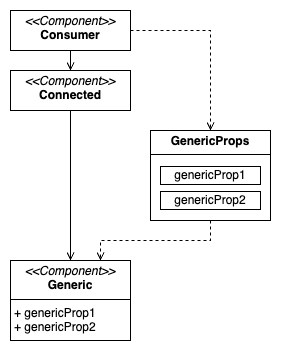
Before: public/images/articles/react-generic-hoc-pattern/generic-reused-component-consumer-props.png, a diagram exported from draw.io (jonathanconway/conwy). Source tidied: cells renumbered, new cells last; positions are measured from the earlier drawing's top-left corner, leaving out a move shared by most shapes.
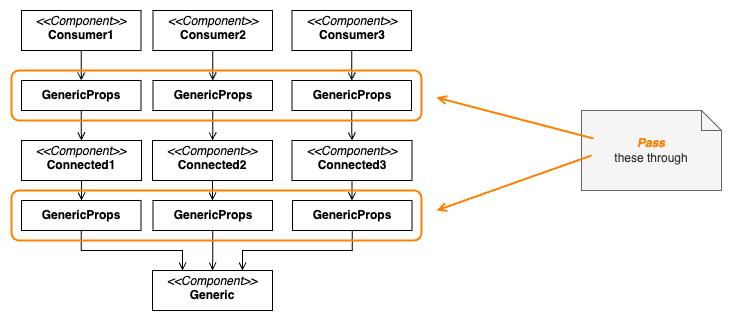
Above is the later version.

Commit message:
content(articles/react-generic-hoc-pattern): clarify intro diagrams and wording

What changed in the source:
```diff
@@ -2,35 +2,111 @@
   <root>
     <mxCell id="0" />
     <mxCell id="1" parent="0" />
-    <mxCell id="2" value="&lt;p style=&quot;margin:0px;margin-top:4px;text-align:center;&quot;&gt;&lt;i&gt;&amp;lt;&amp;lt;Component&amp;gt;&amp;gt;&lt;/i&gt;&lt;br&gt;&lt;b&gt;Connected&lt;/b&gt;&lt;/p&gt;" style="verticalAlign=top;align=left;overflow=fill;html=1;whiteSpace=wrap;" parent="1" vertex="1">
-      <mxGeometry y="60" width="120" height="40" as="geometry" />
+    <mxCell id="2" value="&lt;p style=&quot;margin:0px;margin-top:4px;text-align:center;&quot;&gt;&lt;i&gt;&amp;lt;&amp;lt;Component&amp;gt;&amp;gt;&lt;/i&gt;&lt;br&gt;&lt;b&gt;Generic&lt;/b&gt;&lt;/p&gt;" style="verticalAlign=top;align=left;overflow=fill;html=1;whiteSpace=wrap;" parent="1" vertex="1">
+      <mxGeometry x="1331" y="251" width="120" height="40" as="geometry" />
     </mxCell>
-    <mxCell id="3" style="edgeStyle=orthogonalEdgeStyle;rounded=0;jettySize=auto;html=1;endArrow=open;endFill=0;" parent="1" edge="1" source="2" target="7">
-      <mxGeometry relative="1" as="geometry" />
+    <mxCell id="3" value="&lt;p style=&quot;margin:0px;margin-top:4px;text-align:center;&quot;&gt;&lt;i&gt;&amp;lt;&amp;lt;Component&amp;gt;&amp;gt;&lt;/i&gt;&lt;br&gt;&lt;b&gt;Connected1&lt;/b&gt;&lt;/p&gt;" style="verticalAlign=top;align=left;overflow=fill;html=1;whiteSpace=wrap;" parent="1" vertex="1">
+      <mxGeometry x="1200" y="121" width="120" height="40" as="geometry" />
     </mxCell>
-    <mxCell id="4" value="&lt;p style=&quot;margin: 4px 0px 0px; text-align: center;&quot;&gt;&lt;b style=&quot;&quot;&gt;GenericProps&lt;/b&gt;&lt;/p&gt;&lt;hr size=&quot;1&quot; style=&quot;border-style:solid;&quot;&gt;&lt;p style=&quot;margin:0px;margin-left:8px;&quot;&gt;&lt;br&gt;&lt;/p&gt;" style="verticalAlign=top;align=left;overflow=fill;html=1;whiteSpace=wrap;spacingTop=0;" parent="1" vertex="1">
-      <mxGeometry x="140" y="120" width="120" height="90" as="geometry" />
+    <mxCell id="4" value="&lt;p style=&quot;margin:0px;margin-top:4px;text-align:center;&quot;&gt;&lt;i&gt;&amp;lt;&amp;lt;Component&amp;gt;&amp;gt;&lt;/i&gt;&lt;br&gt;&lt;b&gt;Connected2&lt;/b&gt;&lt;/p&gt;" style="verticalAlign=top;align=left;overflow=fill;html=1;whiteSpace=wrap;" parent="1" vertex="1">
+      <mxGeometry x="1331" y="121" width="120" height="40" as="geometry" />
     </mxCell>
-    <mxCell id="5" value="&lt;span style=&quot;text-align: left;&quot;&gt;genericProp1&lt;/span&gt;" style="html=1;whiteSpace=wrap;" parent="1" vertex="1">
-      <mxGeometry x="150" y="156" width="100" height="18" as="geometry" />
+    <mxCell id="5" value="&lt;p style=&quot;margin:0px;margin-top:4px;text-align:center;&quot;&gt;&lt;i&gt;&amp;lt;&amp;lt;Component&amp;gt;&amp;gt;&lt;/i&gt;&lt;br&gt;&lt;b&gt;Connected&lt;/b&gt;&lt;b&gt;3&lt;/b&gt;&lt;/p&gt;" style="verticalAlign=top;align=left;overflow=fill;html=1;whiteSpace=wrap;" parent="1" vertex="1">
+      <mxGeometry x="1470.5" y="121" width="120" height="40" as="geometry" />
     </mxCell>
-    <mxCell id="6" value="&lt;span style=&quot;text-align: left;&quot;&gt;genericProp2&lt;/span&gt;" style="html=1;whiteSpace=wrap;" parent="1" vertex="1">
-      <mxGeometry x="150" y="181" width="100" height="18" as="geometry" />
+    <mxCell id="6" style="edgeStyle=orthogonalEdgeStyle;rounded=0;jettySize=auto;html=1;exitX=0.5;exitY=1;exitDx=0;exitDy=0;endArrow=open;endFill=0;" parent="1" edge="1" source="13" target="5">
+      <mxGeometry relative="1" as="geometry" />
     </mxCell>
-    <mxCell id="7" value="&lt;p style=&quot;margin:0px;margin-top:4px;text-align:center;&quot;&gt;&lt;i&gt;&amp;lt;&amp;lt;Component&amp;gt;&amp;gt;&lt;/i&gt;&lt;br&gt;&lt;b&gt;Generic&lt;/b&gt;&lt;/p&gt;&lt;hr size=&quot;1&quot; style=&quot;border-style:solid;&quot;&gt;&lt;p style=&quot;margin:0px;margin-left:4px;&quot;&gt;+ genericProp1&lt;br&gt;+ genericProp2&lt;/p&gt;" style="verticalAlign=top;align=left;overflow=fill;html=1;whiteSpace=wrap;" parent="1" vertex="1">
-      <mxGeometry y="250" width="120" height="80" as="geometry" />
+    <mxCell id="7" value="&lt;p style=&quot;margin:0px;margin-top:4px;text-align:center;&quot;&gt;&lt;i&gt;&amp;lt;&amp;lt;Component&amp;gt;&amp;gt;&lt;/i&gt;&lt;br&gt;&lt;b&gt;Consumer&lt;/b&gt;&lt;b&gt;3&lt;/b&gt;&lt;/p&gt;" style="verticalAlign=top;align=left;overflow=fill;html=1;whiteSpace=wrap;" parent="1" vertex="1">
+      <mxGeometry x="1470.5" y="-9" width="119.5" height="40" as="geometry" />
     </mxCell>
-    <mxCell id="8" value="&lt;p style=&quot;margin:0px;margin-top:4px;text-align:center;&quot;&gt;&lt;i&gt;&amp;lt;&amp;lt;Component&amp;gt;&amp;gt;&lt;/i&gt;&lt;br&gt;&lt;b&gt;Consumer&lt;/b&gt;&lt;/p&gt;" style="verticalAlign=top;align=left;overflow=fill;html=1;whiteSpace=wrap;" parent="1" vertex="1">
-      <mxGeometry width="120" height="40" as="geometry" />
+    <mxCell id="8" style="edgeStyle=orthogonalEdgeStyle;rounded=0;jettySize=auto;html=1;endArrow=open;endFill=0;entryX=0.5;entryY=0;entryDx=0;entryDy=0;" parent="1" edge="1" source="15" target="14">
+      <mxGeometry relative="1" as="geometry" />
     </mxCell>
-    <mxCell id="9" style="edgeStyle=orthogonalEdgeStyle;rounded=0;jettySize=auto;html=1;endArrow=open;endFill=0;" parent="1" edge="1" source="8" target="2">
+    <mxCell id="9" style="edgeStyle=orthogonalEdgeStyle;rounded=0;jettySize=auto;html=1;endArrow=open;endFill=0;" parent="1" edge="1" source="16" target="17">
       <mxGeometry relative="1" as="geometry" />
     </mxCell>
-    <mxCell id="10" style="edgeStyle=orthogonalEdgeStyle;rounded=0;jettySize=auto;html=1;endArrow=open;endFill=0;entryX=0.5;entryY=0;entryDx=0;entryDy=0;exitX=1;exitY=0.5;exitDx=0;exitDy=0;dashed=1;" parent="1" edge="1" source="8" target="4">
-      <mxGeometry relative="1" as="geometry" />
+    <mxCell id="10" value="&lt;b&gt;&lt;i&gt;&lt;font&gt;&lt;font style=&quot;color: rgb(255, 128, 0);&quot;&gt;Pass&lt;/font&gt;&lt;br&gt;&lt;/font&gt;&lt;/i&gt;&lt;/b&gt;these through" style="shape=note;strokeWidth=1;fontSize=12;size=20;whiteSpace=wrap;html=1;fillColor=#f5f5f5;strokeColor=#666666;fontColor=#333333;" parent="1" vertex="1">
+      <mxGeometry x="1760" y="91" width="140" height="80" as="geometry" />
     </mxCell>
-    <mxCell id="11" style="edgeStyle=orthogonalEdgeStyle;rounded=0;jettySize=auto;html=1;endArrow=open;endFill=0;entryX=0.75;entryY=0;entryDx=0;entryDy=0;exitX=0.5;exitY=1;exitDx=0;exitDy=0;dashed=1;" parent="1" edge="1" source="4" target="7">
-      <mxGeometry relative="1" as="geometry" />
+    <mxCell id="11" style="endArrow=open;html=1;rounded=0;strokeWidth=2;endFill=0;strokeColor=#FF8000;" parent="1" edge="1">
+      <mxGeometry relative="1" as="geometry">
+        <mxPoint x="1772" y="119" as="sourcePoint" />
+        <mxPoint x="1615" y="78" as="targetPoint" />
+      </mxGeometry>
     </mxCell>
+    <mxCell id="12" style="edgeStyle=orthogonalEdgeStyle;rounded=0;jettySize=auto;html=1;exitX=0.5;exitY=1;exitDx=0;exitDy=0;endArrow=open;endFill=0;" parent="1" edge="1" source="7" target="13">
+      <mxGeometry relative="1" as="geometry" />
+    </mxCell>
+    <mxCell id="13" value="&lt;span style=&quot;text-align: left;&quot;&gt;&lt;b&gt;GenericProps&lt;/b&gt;&lt;/span&gt;" style="html=1;whiteSpace=wrap;" parent="1" vertex="1">
+      <mxGeometry x="1470.5" y="61" width="119.5" height="30" as="geometry" />
+    </mxCell>
+    <mxCell id="14" value="&lt;span style=&quot;text-align: left;&quot;&gt;&lt;b&gt;GenericProps&lt;/b&gt;&lt;/span&gt;" style="html=1;whiteSpace=wrap;" parent="1" vertex="1">
+      <mxGeometry x="1331.5" y="61" width="119.5" height="30" as="geometry" />
+    </mxCell>
+    <mxCell id="15" value="&lt;p style=&quot;margin:0px;margin-top:4px;text-align:center;&quot;&gt;&lt;i&gt;&amp;lt;&amp;lt;Component&amp;gt;&amp;gt;&lt;/i&gt;&lt;br&gt;&lt;b&gt;Consumer&lt;/b&gt;&lt;b&gt;2&lt;/b&gt;&lt;/p&gt;" style="verticalAlign=top;align=left;overflow=fill;html=1;whiteSpace=wrap;" parent="1" vertex="1">
+      <mxGeometry x="1331.5" y="-9" width="119.5" height="40" as="geometry" />
+    </mxCell>
+    <mxCell id="16" value="&lt;p style=&quot;margin:0px;margin-top:4px;text-align:center;&quot;&gt;&lt;i&gt;&amp;lt;&amp;lt;Component&amp;gt;&amp;gt;&lt;/i&gt;&lt;br&gt;&lt;b&gt;Consumer&lt;/b&gt;&lt;b&gt;1&lt;/b&gt;&lt;/p&gt;" style="verticalAlign=top;align=left;overflow=fill;html=1;whiteSpace=wrap;" parent="1" vertex="1">
+      <mxGeometry x="1200" y="-9" width="119.5" height="40" as="geometry" />
+    </mxCell>
+    <mxCell id="17" value="&lt;span style=&quot;text-align: left;&quot;&gt;&lt;b&gt;GenericProps&lt;/b&gt;&lt;/span&gt;" style="html=1;whiteSpace=wrap;" parent="1" vertex="1">
+      <mxGeometry x="1200" y="61" width="119.5" height="30" as="geometry" />
+    </mxCell>
+    <mxCell id="18" style="edgeStyle=orthogonalEdgeStyle;rounded=0;jettySize=auto;html=1;endArrow=open;endFill=0;entryX=0.5;entryY=0;entryDx=0;entryDy=0;" parent="1" edge="1" source="17" target="3">
+      <mxGeometry relative="1" as="geometry" />
+    </mxCell>
+    <mxCell id="19" style="edgeStyle=orthogonalEdgeStyle;rounded=0;jettySize=auto;html=1;endArrow=open;endFill=0;" parent="1" edge="1" source="14" target="4">
+      <mxGeometry relative="1" as="geometry" />
+    </mxCell>
+    <mxCell id="20" value="&lt;span style=&quot;text-align: left;&quot;&gt;&lt;b&gt;GenericProps&lt;/b&gt;&lt;/span&gt;" style="html=1;whiteSpace=wrap;" parent="1" vertex="1">
+      <mxGeometry x="1200" y="181" width="119.5" height="30" as="geometry" />
+    </mxCell>
+    <mxCell id="21" value="&lt;span style=&quot;text-align: left;&quot;&gt;&lt;b&gt;GenericProps&lt;/b&gt;&lt;/span&gt;" style="html=1;whiteSpace=wrap;" parent="1" vertex="1">
+      <mxGeometry x="1331.5" y="181" width="119.5" height="30" as="geometry" />
+    </mxCell>
+    <mxCell id="22" value="&lt;span style=&quot;text-align: left;&quot;&gt;&lt;b&gt;GenericProps&lt;/b&gt;&lt;/span&gt;" style="html=1;whiteSpace=wrap;" parent="1" vertex="1">
+      <mxGeometry x="1471" y="181" width="119.5" height="30" as="geometry" />
+    </mxCell>
+    <mxCell id="23" style="edgeStyle=orthogonalEdgeStyle;rounded=0;jettySize=auto;html=1;endArrow=open;endFill=0;" parent="1" edge="1" source="4" target="21">
+      <mxGeometry relative="1" as="geometry" />
+    </mxCell>
+    <mxCell id="24" style="edgeStyle=orthogonalEdgeStyle;rounded=0;jettySize=auto;html=1;endArrow=open;endFill=0;" parent="1" edge="1" source="5" target="22">
+      <mxGeometry relative="1" as="geometry" />
+    </mxCell>
+    <mxCell id="25" style="edgeStyle=orthogonalEdgeStyle;rounded=0;jettySize=auto;html=1;endArrow=open;endFill=0;" parent="1" edge="1" source="3" target="20">
+      <mxGeometry relative="1" as="geometry" />
+    </mxCell>
+    <mxCell id="26" style="edgeStyle=orthogonalEdgeStyle;rounded=0;jettySize=auto;html=1;endArrow=open;endFill=0;entryX=0.25;entryY=0;entryDx=0;entryDy=0;exitX=0.5;exitY=1;exitDx=0;exitDy=0;" parent="1" edge="1" source="20" target="2">
+      <mxGeometry relative="1" as="geometry">
+        <Array as="points">
+          <mxPoint x="1260" y="231" />
+          <mxPoint x="1361" y="231" />
+        </Array>
+      </mxGeometry>
+    </mxCell>
+    <mxCell id="27" style="edgeStyle=orthogonalEdgeStyle;rounded=0;jettySize=auto;html=1;endArrow=open;endFill=0;exitX=0.5;exitY=1;exitDx=0;exitDy=0;" parent="1" edge="1" source="21" target="2">
+      <mxGeometry relative="1" as="geometry" />
+    </mxCell>
+    <mxCell id="28" style="edgeStyle=orthogonalEdgeStyle;rounded=0;jettySize=auto;html=1;endArrow=open;endFill=0;entryX=0.75;entryY=0;entryDx=0;entryDy=0;exitX=0.5;exitY=1;exitDx=0;exitDy=0;" parent="1" edge="1" source="22" target="2">
+      <mxGeometry relative="1" as="geometry">
+        <Array as="points">
+          <mxPoint x="1531" y="231" />
+          <mxPoint x="1421" y="231" />
+        </Array>
+      </mxGeometry>
+    </mxCell>
+    <mxCell id="29" style="rounded=1;whiteSpace=wrap;html=1;fillColor=none;strokeColor=#FF8000;strokeWidth=2;" parent="1" vertex="1">
+      <mxGeometry x="1190" y="171" width="410" height="50" as="geometry" />
+    </mxCell>
+    <mxCell id="30" style="rounded=1;whiteSpace=wrap;html=1;fillColor=none;strokeColor=#FF8000;strokeWidth=2;" parent="1" vertex="1">
+      <mxGeometry x="1190" y="51" width="410" height="50" as="geometry" />
+    </mxCell>
+    <mxCell id="31" style="endArrow=open;html=1;rounded=0;strokeWidth=2;endFill=0;strokeColor=#FF8000;" parent="1" edge="1">
+      <mxGeometry relative="1" as="geometry">
+        <mxPoint x="1770" y="136" as="sourcePoint" />
+        <mxPoint x="1615" y="191" as="targetPoint" />
+      </mxGeometry>
+    </mxCell>
   </root>
 </mxGraphModel>
```
